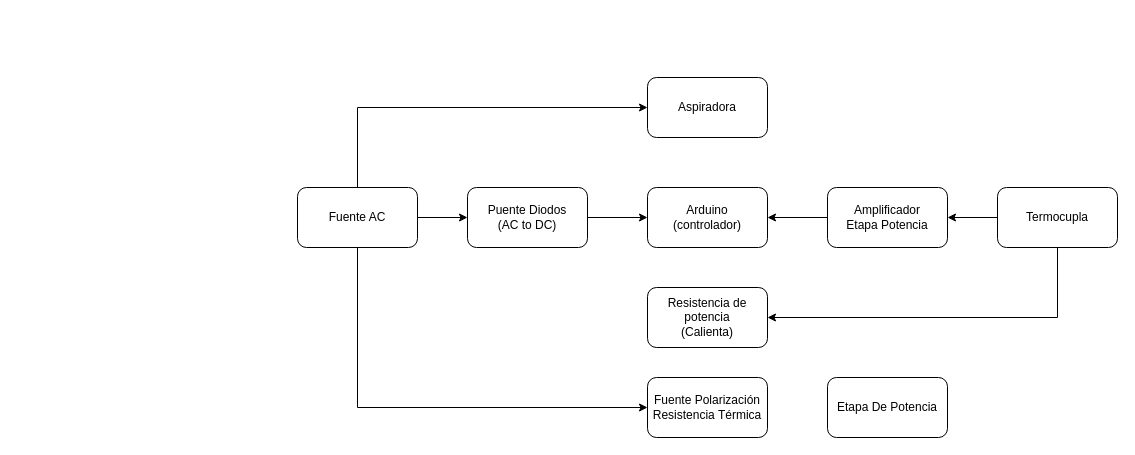
The draw.io diagram Termoformadora.drawio in LeonardoUAndes/Analoga, before the edit. Source tidied: cells renumbered, new cells numbered last; positions are measured from the earlier drawing's top-left corner, leaving out a move shared by most shapes. Both pictures are drawn from the tidied source at 100%, with x=0, y=0 at pixel (297, 77).
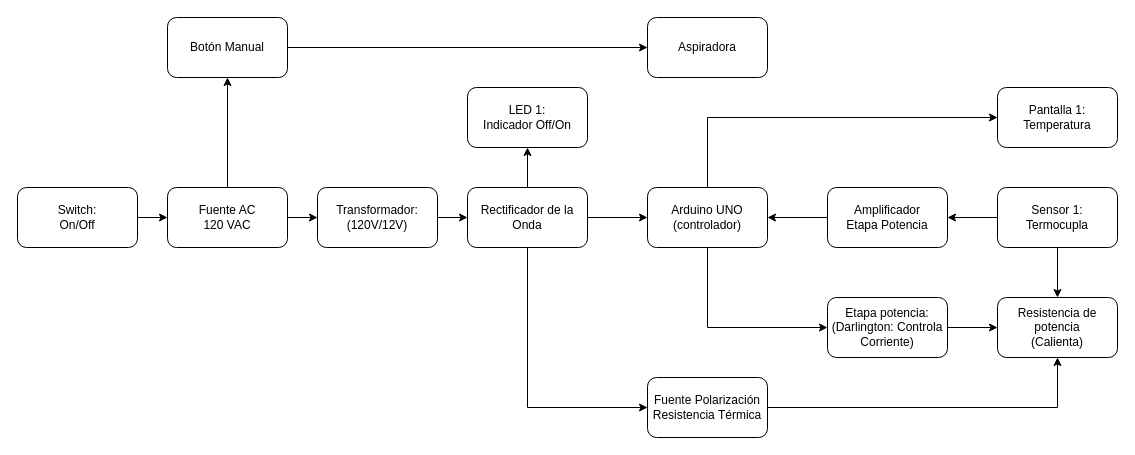
The same diagram, later.

The change refers to these unchanged cells:
```xml
<mxCell id="2" value="Fuente Polarización Resistencia Térmica" style="rounded=1;whiteSpace=wrap;html=1;" parent="1" vertex="1">
  <mxGeometry x="350" y="300" width="120" height="60" as="geometry" />
</mxCell>
```

The edit, as a diff of the source:
```diff
@@
+    <mxCell id="18" style="edgeStyle=orthogonalEdgeStyle;rounded=0;jettySize=auto;html=1;" parent="1" edge="1" source="2" target="14">
+      <mxGeometry relative="1" as="geometry" />
+    </mxCell>
@@
-    <mxCell id="3" style="edgeStyle=orthogonalEdgeStyle;rounded=0;jettySize=auto;html=1;exitX=1;exitY=0.5;exitDx=0;exitDy=0;entryX=0;entryY=0.5;entryDx=0;entryDy=0;" parent="1" edge="1" source="6" target="8">
-      <mxGeometry relative="1" as="geometry" />
-    </mxCell>
-    <mxCell id="4" style="edgeStyle=orthogonalEdgeStyle;rounded=0;jettySize=auto;html=1;entryX=0;entryY=0.5;entryDx=0;entryDy=0;" parent="1" edge="1" source="6" target="2">
+    <mxCell id="4" style="edgeStyle=orthogonalEdgeStyle;rounded=0;jettySize=auto;html=1;entryX=0;entryY=0.5;entryDx=0;entryDy=0;exitX=0.5;exitY=1;exitDx=0;exitDy=0;" parent="1" edge="1" source="8" target="2">
       <mxGeometry relative="1" as="geometry">
         <Array as="points">
-          <mxPoint x="60" y="330" />
+          <mxPoint x="230" y="330" />
         </Array>
       </mxGeometry>
     </mxCell>
-    <mxCell id="5" style="edgeStyle=orthogonalEdgeStyle;rounded=0;jettySize=auto;html=1;entryX=0;entryY=0.5;entryDx=0;entryDy=0;" parent="1" edge="1" source="6" target="10">
-      <mxGeometry relative="1" as="geometry">
-        <Array as="points">
-          <mxPoint x="60" y="30" />
-        </Array>
-      </mxGeometry>
-    </mxCell>
+    <mxCell id="19" style="edgeStyle=orthogonalEdgeStyle;rounded=0;jettySize=auto;html=1;exitX=0.5;exitY=0;exitDx=0;exitDy=0;" parent="1" edge="1" source="6" target="31">
+      <mxGeometry relative="1" as="geometry" />
+    </mxCell>
+    <mxCell id="20" style="edgeStyle=orthogonalEdgeStyle;rounded=0;jettySize=auto;html=1;" parent="1" edge="1" source="6" target="33">
+      <mxGeometry relative="1" as="geometry" />
+    </mxCell>
-    <mxCell id="6" value="Fuente AC" style="rounded=1;whiteSpace=wrap;html=1;" parent="1" vertex="1">
-      <mxGeometry y="110" width="120" height="60" as="geometry" />
+    <mxCell id="6" value="Fuente AC&lt;div&gt;120 VAC&lt;/div&gt;" style="rounded=1;whiteSpace=wrap;html=1;" parent="1" vertex="1">
+      <mxGeometry x="-130" y="110" width="120" height="60" as="geometry" />
     </mxCell>
@@
+    <mxCell id="21" style="edgeStyle=orthogonalEdgeStyle;rounded=0;jettySize=auto;html=1;" parent="1" edge="1" source="8" target="29">
+      <mxGeometry relative="1" as="geometry" />
+    </mxCell>
-    <mxCell id="8" value="Puente Diodos&lt;div&gt;(AC to DC)&lt;/div&gt;" style="rounded=1;whiteSpace=wrap;html=1;" parent="1" vertex="1">
+    <mxCell id="8" value="Rectificador de la Onda" style="rounded=1;whiteSpace=wrap;html=1;" parent="1" vertex="1">
       <mxGeometry x="170" y="110" width="120" height="60" as="geometry" />
     </mxCell>
+    <mxCell id="22" style="edgeStyle=orthogonalEdgeStyle;rounded=0;jettySize=auto;html=1;" parent="1" edge="1" source="9" target="25">
+      <mxGeometry relative="1" as="geometry">
+        <Array as="points">
+          <mxPoint x="410" y="250" />
+        </Array>
+      </mxGeometry>
+    </mxCell>
+    <mxCell id="23" style="edgeStyle=orthogonalEdgeStyle;rounded=0;jettySize=auto;html=1;entryX=0;entryY=0.5;entryDx=0;entryDy=0;" parent="1" edge="1" source="9" target="28">
+      <mxGeometry relative="1" as="geometry">
+        <Array as="points">
+          <mxPoint x="410" y="40" />
+        </Array>
+      </mxGeometry>
+    </mxCell>
-    <mxCell id="9" value="Arduino&lt;div&gt;(controlador)&lt;/div&gt;" style="rounded=1;whiteSpace=wrap;html=1;" parent="1" vertex="1">
+    <mxCell id="9" value="Arduino UNO&lt;div&gt;(controlador)&lt;/div&gt;" style="rounded=1;whiteSpace=wrap;html=1;" parent="1" vertex="1">
       <mxGeometry x="350" y="110" width="120" height="60" as="geometry" />
     </mxCell>
     <mxCell id="10" value="Aspiradora" style="rounded=1;whiteSpace=wrap;html=1;" parent="1" vertex="1">
-      <mxGeometry x="350" width="120" height="60" as="geometry" />
+      <mxGeometry x="350" y="-60" width="120" height="60" as="geometry" />
     </mxCell>
@@
-    <mxCell id="12" style="edgeStyle=orthogonalEdgeStyle;rounded=0;jettySize=auto;html=1;entryX=1;entryY=0.5;entryDx=0;entryDy=0;" parent="1" edge="1" source="13" target="14">
-      <mxGeometry relative="1" as="geometry">
-        <Array as="points">
-          <mxPoint x="760" y="240" />
-        </Array>
-      </mxGeometry>
+    <mxCell id="12" style="edgeStyle=orthogonalEdgeStyle;rounded=0;jettySize=auto;html=1;" parent="1" edge="1" source="13" target="14">
+      <mxGeometry relative="1" as="geometry" />
     </mxCell>
-    <mxCell id="13" value="Termocupla" style="rounded=1;whiteSpace=wrap;html=1;" parent="1" vertex="1">
+    <mxCell id="13" value="&lt;div&gt;Sensor 1:&lt;/div&gt;Termocupla" style="rounded=1;whiteSpace=wrap;html=1;" parent="1" vertex="1">
       <mxGeometry x="700" y="110" width="120" height="60" as="geometry" />
     </mxCell>
     <mxCell id="14" value="Resistencia de potencia&lt;div&gt;(Calienta)&lt;/div&gt;" style="rounded=1;whiteSpace=wrap;html=1;" parent="1" vertex="1">
-      <mxGeometry x="350" y="210" width="120" height="60" as="geometry" />
+      <mxGeometry x="700" y="220" width="120" height="60" as="geometry" />
     </mxCell>
@@
-    <mxCell id="17" value="Etapa De Potencia" style="rounded=1;whiteSpace=wrap;html=1;" parent="1" vertex="1">
-      <mxGeometry x="530" y="300" width="120" height="60" as="geometry" />
-    </mxCell>
+    <mxCell id="24" style="edgeStyle=orthogonalEdgeStyle;rounded=0;jettySize=auto;html=1;" parent="1" edge="1" source="25" target="14">
+      <mxGeometry relative="1" as="geometry" />
+    </mxCell>
+    <mxCell id="25" value="Etapa potencia:&lt;div&gt;(Darlington: Controla Corriente)&lt;/div&gt;" style="rounded=1;whiteSpace=wrap;html=1;" parent="1" vertex="1">
+      <mxGeometry x="530" y="220" width="120" height="60" as="geometry" />
+    </mxCell>
+    <mxCell id="26" style="edgeStyle=orthogonalEdgeStyle;rounded=0;jettySize=auto;html=1;" parent="1" edge="1" source="27" target="6">
+      <mxGeometry relative="1" as="geometry" />
+    </mxCell>
+    <mxCell id="27" value="&lt;div&gt;Switch:&lt;/div&gt;On/Off" style="rounded=1;whiteSpace=wrap;html=1;" parent="1" vertex="1">
+      <mxGeometry x="-280" y="110" width="120" height="60" as="geometry" />
+    </mxCell>
+    <mxCell id="28" value="Pantalla 1:&lt;div&gt;Temperatura&lt;/div&gt;" style="rounded=1;whiteSpace=wrap;html=1;" parent="1" vertex="1">
+      <mxGeometry x="700" y="10" width="120" height="60" as="geometry" />
+    </mxCell>
+    <mxCell id="29" value="&lt;div&gt;LED 1:&lt;/div&gt;Indicador Off/On" style="rounded=1;whiteSpace=wrap;html=1;" parent="1" vertex="1">
+      <mxGeometry x="170" y="10" width="120" height="60" as="geometry" />
+    </mxCell>
+    <mxCell id="30" style="edgeStyle=orthogonalEdgeStyle;rounded=0;jettySize=auto;html=1;exitX=1;exitY=0.5;exitDx=0;exitDy=0;entryX=0;entryY=0.5;entryDx=0;entryDy=0;" parent="1" edge="1" source="31" target="10">
+      <mxGeometry relative="1" as="geometry" />
+    </mxCell>
+    <mxCell id="31" value="Botón Manual" style="rounded=1;whiteSpace=wrap;html=1;" parent="1" vertex="1">
+      <mxGeometry x="-130" y="-60" width="120" height="60" as="geometry" />
+    </mxCell>
+    <mxCell id="32" style="edgeStyle=orthogonalEdgeStyle;rounded=0;jettySize=auto;html=1;" parent="1" edge="1" source="33" target="8">
+      <mxGeometry relative="1" as="geometry" />
+    </mxCell>
+    <mxCell id="33" value="Transformador:&lt;div&gt;(120V/12V)&lt;/div&gt;" style="rounded=1;whiteSpace=wrap;html=1;" parent="1" vertex="1">
+      <mxGeometry x="20" y="110" width="120" height="60" as="geometry" />
+    </mxCell>
```
